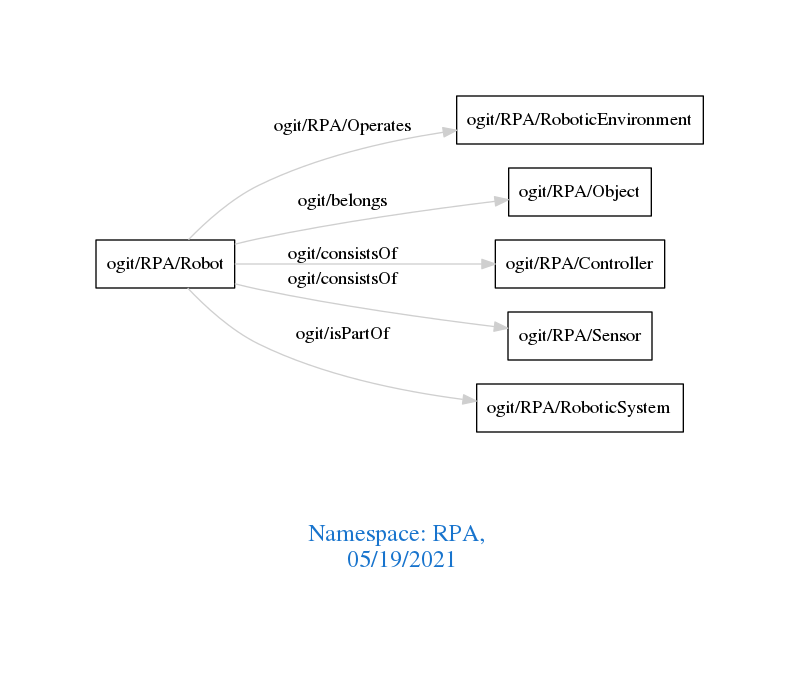
Earlier version of the Graphviz export downloads/RPA.png (arago/OGIT). Its source is kept beside it as downloads/RPA.dot.
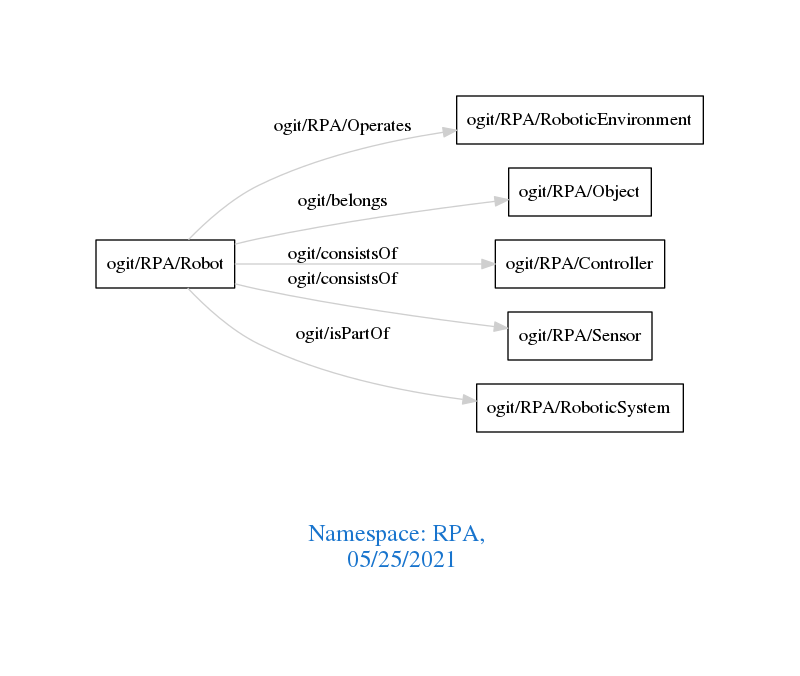
After the change.

Diff of the diagram source:
```diff
@@ -1,7 +1,7 @@
 digraph OGIT_ontology {
  graph [ rankdir= LR,pad=1
 fontsize = 18,
-fontcolor= dodgerblue3,label = "\n\n\nNamespace: RPA, \n 05/19/2021"];
+fontcolor= dodgerblue3,label = "\n\n\nNamespace: RPA, \n 05/25/2021"];
 node[shape=polygon];
 edge [  color="gray81"];
 
```
